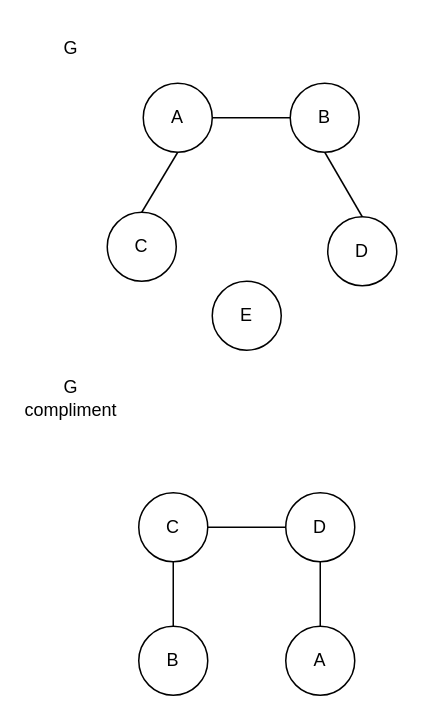
Earlier version of the draw.io diagram A3.drawio (critschris/COMP-339). Source tidied: cells renumbered, new cells numbered last; positions are measured from the earlier drawing's top-left corner, leaving out a move shared by most shapes. Both pictures are drawn from the tidied source at 150%, with x=0, y=0 at pixel (26, 26).
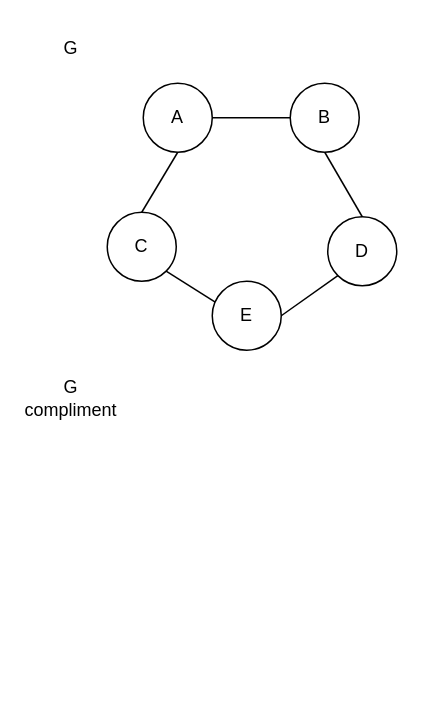
After the change.

The edit, as a diff of the source:
```diff
@@
 <mxGraphModel>
   <root>
     <mxCell id="0" />
     <mxCell id="1" parent="0" />
     <mxCell id="2" value="A" style="ellipse;whiteSpace=wrap;html=1;" parent="1" vertex="1">
       <mxGeometry x="78" y="38" width="46" height="46" as="geometry" />
     </mxCell>
     <mxCell id="3" style="endArrow=none;html=1;rounded=0;fontSize=12;startSize=8;endSize=8;curved=1;exitX=1;exitY=0.5;exitDx=0;exitDy=0;entryX=0;entryY=0.5;entryDx=0;entryDy=0;" parent="1" edge="1" source="2" target="4">
       <mxGeometry relative="1" as="geometry" />
     </mxCell>
     <mxCell id="4" value="B" style="ellipse;whiteSpace=wrap;html=1;" parent="1" vertex="1">
       <mxGeometry x="176" y="38" width="46" height="46" as="geometry" />
     </mxCell>
     <mxCell id="5" value="C" style="ellipse;whiteSpace=wrap;html=1;" parent="1" vertex="1">
       <mxGeometry x="54" y="124" width="46" height="46" as="geometry" />
     </mxCell>
     <mxCell id="6" style="endArrow=none;html=1;rounded=0;fontSize=12;startSize=8;endSize=8;curved=1;exitX=0.5;exitY=0;exitDx=0;exitDy=0;entryX=0.5;entryY=1;entryDx=0;entryDy=0;" parent="1" edge="1" source="5" target="2">
       <mxGeometry relative="1" as="geometry" />
     </mxCell>
     <mxCell id="7" value="G" style="text;html=1;whiteSpace=wrap;strokeColor=none;fillColor=none;align=center;verticalAlign=middle;rounded=0;" parent="1" vertex="1">
       <mxGeometry width="60" height="30" as="geometry" />
     </mxCell>
     <mxCell id="8" value="G compliment" style="text;html=1;whiteSpace=wrap;strokeColor=none;fillColor=none;align=center;verticalAlign=middle;rounded=0;" parent="1" vertex="1">
       <mxGeometry y="233" width="60" height="30" as="geometry" />
     </mxCell>
     <mxCell id="9" value="D" style="ellipse;whiteSpace=wrap;html=1;" parent="1" vertex="1">
       <mxGeometry x="201" y="127" width="46" height="46" as="geometry" />
     </mxCell>
     <mxCell id="10" style="endArrow=none;html=1;rounded=0;fontSize=12;startSize=8;endSize=8;curved=1;exitX=0.5;exitY=0;exitDx=0;exitDy=0;entryX=0.5;entryY=1;entryDx=0;entryDy=0;" parent="1" edge="1" source="9" target="4">
       <mxGeometry relative="1" as="geometry" />
     </mxCell>
-    <mxCell id="11" value="A" style="ellipse;whiteSpace=wrap;html=1;" parent="1" vertex="1">
-      <mxGeometry x="173" y="400" width="46" height="46" as="geometry" />
-    </mxCell>
-    <mxCell id="12" value="B" style="ellipse;whiteSpace=wrap;html=1;" parent="1" vertex="1">
-      <mxGeometry x="75" y="400" width="46" height="46" as="geometry" />
-    </mxCell>
-    <mxCell id="13" value="C" style="ellipse;whiteSpace=wrap;html=1;" parent="1" vertex="1">
-      <mxGeometry x="75" y="311" width="46" height="46" as="geometry" />
-    </mxCell>
-    <mxCell id="14" value="D" style="ellipse;whiteSpace=wrap;html=1;" parent="1" vertex="1">
-      <mxGeometry x="173" y="311" width="46" height="46" as="geometry" />
-    </mxCell>
-    <mxCell id="15" style="endArrow=none;html=1;rounded=0;fontSize=12;startSize=8;endSize=8;curved=1;exitX=1;exitY=0.5;exitDx=0;exitDy=0;entryX=0;entryY=0.5;entryDx=0;entryDy=0;" parent="1" edge="1" source="13" target="14">
-      <mxGeometry relative="1" as="geometry" />
-    </mxCell>
-    <mxCell id="16" style="endArrow=none;html=1;rounded=0;fontSize=12;startSize=8;endSize=8;curved=1;exitX=0.5;exitY=0;exitDx=0;exitDy=0;entryX=0.5;entryY=1;entryDx=0;entryDy=0;" parent="1" edge="1" source="11" target="14">
-      <mxGeometry relative="1" as="geometry" />
-    </mxCell>
-    <mxCell id="17" style="endArrow=none;html=1;rounded=0;fontSize=12;startSize=8;endSize=8;curved=1;exitX=0.5;exitY=1;exitDx=0;exitDy=0;entryX=0.5;entryY=0;entryDx=0;entryDy=0;" parent="1" edge="1" source="13" target="12">
-      <mxGeometry relative="1" as="geometry" />
-    </mxCell>
     <mxCell id="18" value="E" style="ellipse;whiteSpace=wrap;html=1;" parent="1" vertex="1">
       <mxGeometry x="124" y="170" width="46" height="46" as="geometry" />
     </mxCell>
+    <mxCell id="19" style="endArrow=none;html=1;rounded=0;fontSize=12;startSize=8;endSize=8;curved=1;exitX=1;exitY=1;exitDx=0;exitDy=0;entryX=0.043;entryY=0.304;entryDx=0;entryDy=0;entryPerimeter=0;" parent="1" edge="1" source="5" target="18">
+      <mxGeometry relative="1" as="geometry" />
+    </mxCell>
+    <mxCell id="20" style="endArrow=none;html=1;rounded=0;fontSize=12;startSize=8;endSize=8;curved=1;exitX=1;exitY=0.5;exitDx=0;exitDy=0;entryX=0;entryY=1;entryDx=0;entryDy=0;" parent="1" edge="1" source="18" target="9">
+      <mxGeometry relative="1" as="geometry" />
+    </mxCell>
   </root>
 </mxGraphModel>
```
